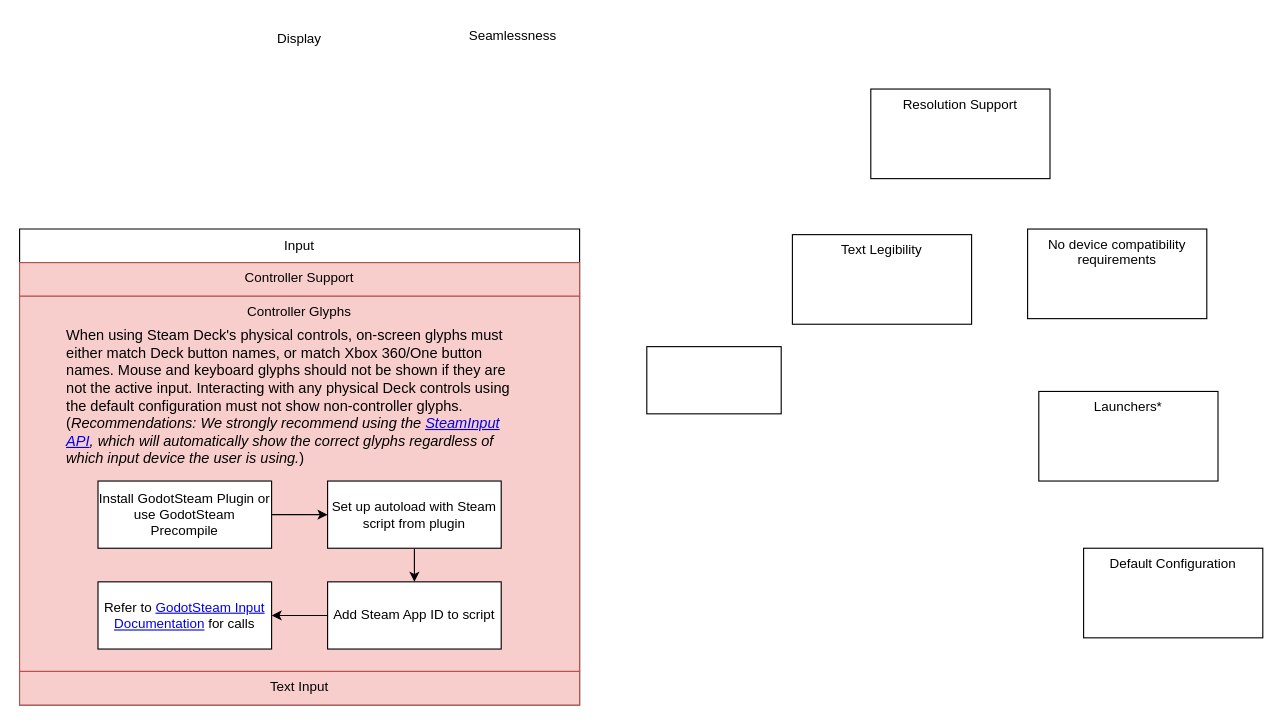
The draw.io diagram page "SteamDeck Verification Checklist" (1 of 2) of Checklist for Steam Verification.drawio in TheDoorworlds/DrawIO-Charts, before the edit. Source tidied: cells renumbered, new cells numbered last; positions are measured from the earlier drawing's top-left corner, leaving out a move shared by most shapes. Both pictures are drawn from the tidied source at 112%, with x=0, y=0 at pixel (19, 19).
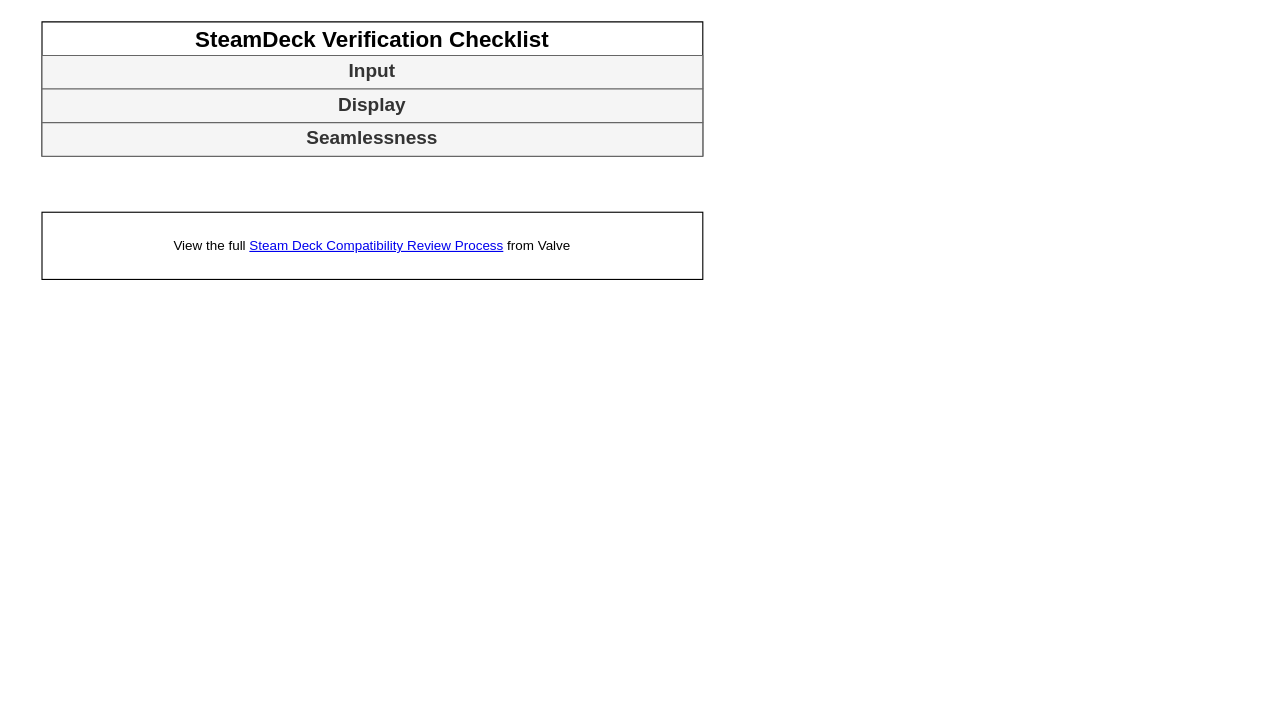
The same diagram, later.

What changed in the source:
```diff
@@
-    <mxCell id="2" value="Resolution Support" style="rounded=0;whiteSpace=wrap;html=1;verticalAlign=top;" parent="1" vertex="1">
-      <mxGeometry x="760" y="62" width="160" height="80" as="geometry" />
-    </mxCell>
-    <mxCell id="3" value="Default Configuration" style="rounded=0;whiteSpace=wrap;html=1;verticalAlign=top;" parent="1" vertex="1">
-      <mxGeometry x="950" y="472" width="160" height="80" as="geometry" />
-    </mxCell>
-    <mxCell id="4" value="Text Legibility" style="rounded=0;whiteSpace=wrap;html=1;verticalAlign=top;" parent="1" vertex="1">
-      <mxGeometry x="690" y="192" width="160" height="80" as="geometry" />
-    </mxCell>
-    <mxCell id="5" value="No device compatibility requirements" style="rounded=0;whiteSpace=wrap;html=1;verticalAlign=top;" parent="1" vertex="1">
-      <mxGeometry x="900" y="187" width="160" height="80" as="geometry" />
-    </mxCell>
-    <mxCell id="6" value="Launchers*" style="rounded=0;whiteSpace=wrap;html=1;verticalAlign=top;" parent="1" vertex="1">
-      <mxGeometry x="910" y="332" width="160" height="80" as="geometry" />
-    </mxCell>
+    <mxCell id="22" value="View the full &lt;a href=&quot;https://partner.steamgames.com/doc/steamdeck/compat&quot;&gt;Steam Deck Compatibility Review Process&lt;/a&gt; from Valve" style="rounded=0;whiteSpace=wrap;html=1;" parent="1" vertex="1">
+      <mxGeometry x="20" y="172" width="590" height="60" as="geometry" />
+    </mxCell>
+    <mxCell id="23" value="&lt;div style=&quot;font-size: 20px;&quot;&gt;SteamDeck Verification Checklist&lt;/div&gt;" style="swimlane;fontStyle=1;horizontal=1;startSize=30;whiteSpace=wrap;html=1;fontSize=20;" parent="1" vertex="1">
+      <mxGeometry x="20" y="2" width="590" height="120" as="geometry" />
+    </mxCell>
+    <mxCell id="10" value="&lt;div style=&quot;font-size: 17px;&quot;&gt;Input&lt;/div&gt;" style="swimlane;fontStyle=1;horizontal=1;startSize=30;whiteSpace=wrap;html=1;rounded=1;fontSize=17;fillColor=#f5f5f5;fontColor=#333333;strokeColor=#666666;" parent="23" vertex="1" collapsed="1">
+      <mxGeometry y="30" width="590" height="30" as="geometry" />
+    </mxCell>
-    <mxCell id="7" value="Display" style="text;html=1;strokeColor=none;fillColor=none;align=center;verticalAlign=middle;whiteSpace=wrap;rounded=0;" parent="1" vertex="1">
-      <mxGeometry x="220" y="2" width="60" height="30" as="geometry" />
+    <mxCell id="7" value="&lt;div style=&quot;font-size: 17px;&quot;&gt;Display&lt;/div&gt;" style="swimlane;fontStyle=1;horizontal=1;startSize=30;whiteSpace=wrap;html=1;rounded=1;fontSize=17;fillColor=#f5f5f5;strokeColor=#666666;fontColor=#333333;" parent="23" vertex="1" collapsed="1">
+      <mxGeometry y="60" width="590" height="30" as="geometry" />
     </mxCell>
-    <mxCell id="8" value="Seamlessness" style="text;html=1;align=center;verticalAlign=middle;strokeColor=none;fillColor=none;" parent="1" vertex="1">
-      <mxGeometry x="390" width="100" height="30" as="geometry" />
+    <mxCell id="8" value="Seamlessness" style="swimlane;fontStyle=1;horizontal=1;startSize=30;whiteSpace=wrap;html=1;swimlaneFillColor=none;fillStyle=solid;glass=0;swimlaneLine=1;rounded=1;fontSize=17;fillColor=#f5f5f5;strokeColor=#666666;fontColor=#333333;" parent="23" vertex="1" collapsed="1">
+      <mxGeometry y="90" width="590" height="30" as="geometry" />
     </mxCell>
-    <mxCell id="9" style="rounded=0;whiteSpace=wrap;html=1;" parent="1" vertex="1">
-      <mxGeometry x="560" y="292" width="120" height="60" as="geometry" />
-    </mxCell>
-    <mxCell id="10" value="&lt;div&gt;Input&lt;/div&gt;" style="swimlane;fontStyle=0;horizontal=1;startSize=30;whiteSpace=wrap;html=1;" parent="1" vertex="1">
-      <mxGeometry y="187" width="500" height="425" as="geometry" />
-    </mxCell>
-    <mxCell id="11" value="Controller Support" style="rounded=0;whiteSpace=wrap;html=1;verticalAlign=top;fillColor=#f8cecc;strokeColor=#b85450;" parent="10" vertex="1" collapsed="1">
-      <mxGeometry y="30" width="500" height="30" as="geometry" />
-    </mxCell>
-    <mxCell id="12" value="Controller Glyphs" style="rounded=0;whiteSpace=wrap;html=1;verticalAlign=top;fillColor=#f8cecc;strokeColor=#b85450;" parent="10" vertex="1">
-      <mxGeometry y="60" width="500" height="335" as="geometry" />
-    </mxCell>
-    <mxCell id="13" style="edgeStyle=orthogonalEdgeStyle;rounded=0;jettySize=auto;html=1;" parent="12" edge="1" source="14" target="16">
-      <mxGeometry relative="1" as="geometry" />
-    </mxCell>
-    <mxCell id="14" value="Install GodotSteam Plugin or use GodotSteam Precompile" style="rounded=0;whiteSpace=wrap;html=1;" parent="12" vertex="1">
-      <mxGeometry x="70" y="165" width="155" height="60" as="geometry" />
-    </mxCell>
-    <mxCell id="15" style="edgeStyle=orthogonalEdgeStyle;rounded=0;jettySize=auto;html=1;" parent="12" edge="1" source="16" target="18">
-      <mxGeometry relative="1" as="geometry" />
-    </mxCell>
-    <mxCell id="16" value="Set up autoload with Steam script from plugin" style="whiteSpace=wrap;html=1;rounded=0;" parent="12" vertex="1">
-      <mxGeometry x="275" y="165" width="155" height="60" as="geometry" />
-    </mxCell>
-    <mxCell id="17" style="edgeStyle=orthogonalEdgeStyle;rounded=0;jettySize=auto;html=1;" parent="12" edge="1" source="18" target="19">
-      <mxGeometry relative="1" as="geometry" />
-    </mxCell>
-    <mxCell id="18" value="Add Steam App ID to script" style="whiteSpace=wrap;html=1;rounded=0;" parent="12" vertex="1">
-      <mxGeometry x="275" y="255" width="155" height="60" as="geometry" />
-    </mxCell>
-    <mxCell id="19" value="Refer to &lt;a href=&quot;https://godotsteam.com/classes/input/&quot;&gt;GodotSteam Input Documentation&lt;/a&gt; for calls" style="whiteSpace=wrap;html=1;rounded=0;" parent="12" vertex="1">
-      <mxGeometry x="70" y="255" width="155" height="60" as="geometry" />
-    </mxCell>
-    <mxCell id="20" value="&lt;p style=&quot;font-size: 13px;&quot;&gt;When using Steam Deck's physical controls, on-screen glyphs must either match Deck button names, or match Xbox 360/One button names. Mouse and keyboard glyphs should not be shown if they are not the active input. Interacting with any physical Deck controls using the default configuration must not show non-controller glyphs. (&lt;i style=&quot;font-family: &amp;quot;Motiva Sans&amp;quot;, sans-serif;&quot;&gt;Recommendations: We strongly recommend using the&amp;nbsp;&lt;a style=&quot;border: 0px; margin: 0px; padding: 0px;&quot; rel=&quot;noreferrer&quot; target=&quot;_blank&quot; href=&quot;https://partner.steamgames.com/doc/api/isteaminput&quot;&gt;SteamInput API&lt;/a&gt;, which will automatically show the correct glyphs regardless of which input device the user is using.&lt;/i&gt;&lt;span style=&quot;font-family: &amp;quot;Motiva Sans&amp;quot;, sans-serif;&quot;&gt;)&lt;/span&gt;&lt;/p&gt;" style="rounded=0;whiteSpace=wrap;html=1;align=left;strokeColor=none;fillColor=none;" parent="12" vertex="1">
-      <mxGeometry x="40" y="30" width="410" height="120" as="geometry" />
-    </mxCell>
-    <mxCell id="21" value="Text Input" style="rounded=0;whiteSpace=wrap;html=1;verticalAlign=top;fillColor=#f8cecc;strokeColor=#b85450;" parent="10" vertex="1" collapsed="1">
-      <mxGeometry y="395" width="500" height="30" as="geometry" />
-    </mxCell>
```
